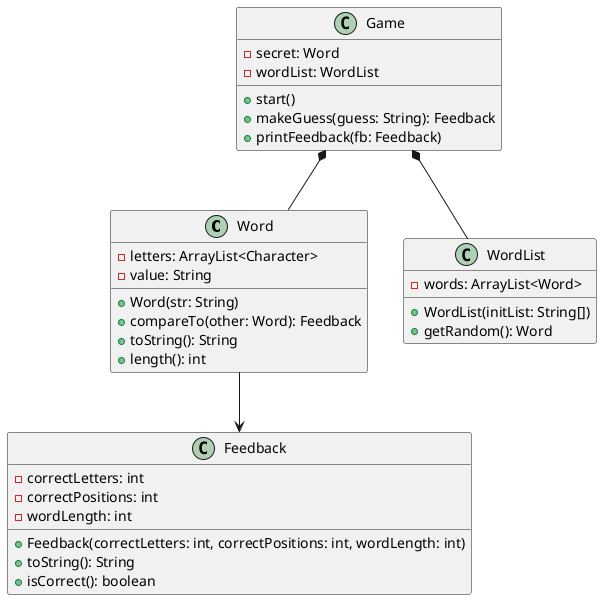
Before: docs/class_diagram.png, a diagram exported from PlantUML (DeaconSteiner/cosc-3011_word_game).
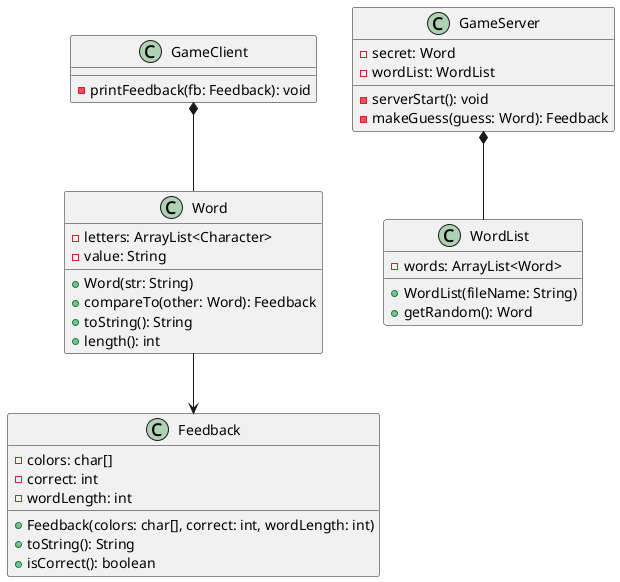
After the commit.

Commit message:
Change class diagram to reflect new structure (incomplete)

The edit, as a diff of the source:
```diff
@@ -9,29 +9,32 @@
 }
 
 class Feedback {
-	-correctLetters: int
-	-correctPositions: int
+	-colors: char[]
+	-correct: int
 	-wordLength: int
-	+Feedback(correctLetters: int, correctPositions: int, wordLength: int)
+	+Feedback(colors: char[], correct: int, wordLength: int)
 	+toString(): String
 	+isCorrect(): boolean
 }
 
 class WordList {
 	-words: ArrayList<Word>
-	+WordList(initList: String[])
+	+WordList(fileName: String)
 	+getRandom(): Word
 }
 
-class Game {
+class GameServer {
 	-secret: Word
 	-wordList: WordList
-	+start()
-	+makeGuess(guess: String): Feedback
-	+printFeedback(fb: Feedback)
+	-serverStart(): void
+	-makeGuess(guess: Word): Feedback
 }
 
-Game *-- Word
-Game *-- WordList
+class GameClient {
+	-printFeedback(fb: Feedback): void
+}
+
+GameClient *-- Word
+GameServer *-- WordList
 Word --> Feedback
 @enduml
```
